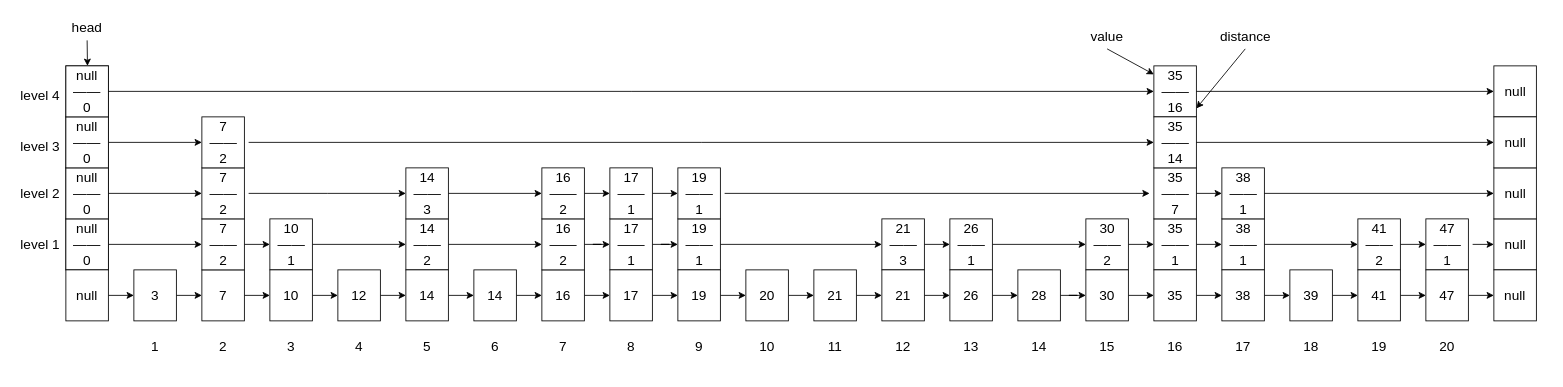
Above: java_programs/OrderStatisticSkipList.drawio in CivilizationV/miscellaneous (draw.io), before the change. Source tidied: cells renumbered, new cells numbered last; positions are measured from the earlier drawing's top-left corner, leaving out a move shared by most shapes. Both pictures are drawn from the tidied source at 85%, with x=0, y=0 at pixel (14, 14).
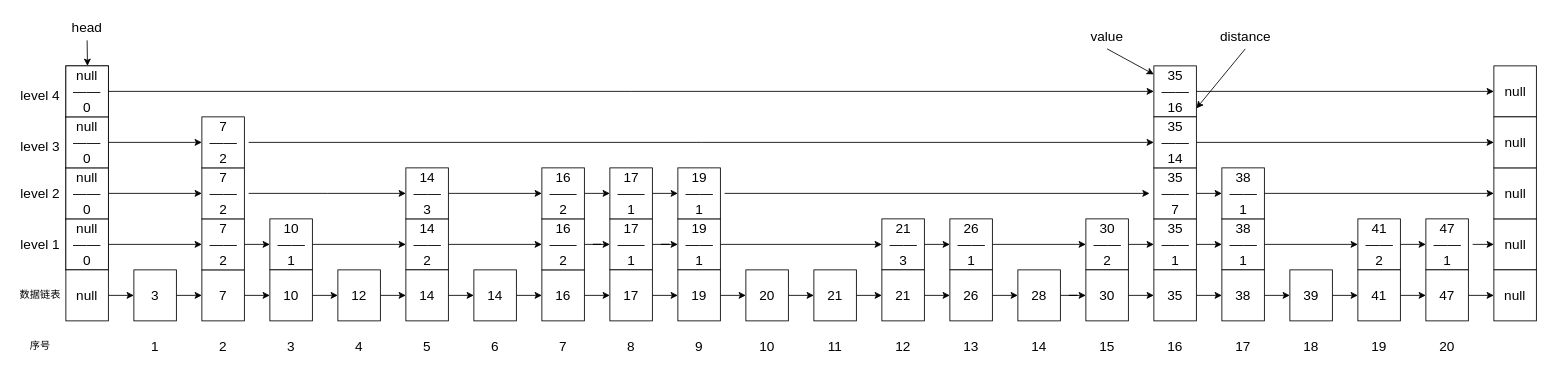
The same diagram, later.

Commit message (it also covers changes not shown here):
add interval list

The edit, as a diff of the source:
```diff
@@
+    <mxCell id="174" value="数据链表" style="text;html=1;strokeColor=none;fillColor=none;align=center;verticalAlign=middle;whiteSpace=wrap;rounded=0;" parent="1" vertex="1">
+      <mxGeometry y="315" width="60" height="30" as="geometry" />
+    </mxCell>
+    <mxCell id="175" value="序号" style="text;html=1;strokeColor=none;fillColor=none;align=center;verticalAlign=middle;whiteSpace=wrap;rounded=0;" parent="1" vertex="1">
+      <mxGeometry y="375" width="60" height="30" as="geometry" />
+    </mxCell>
```
